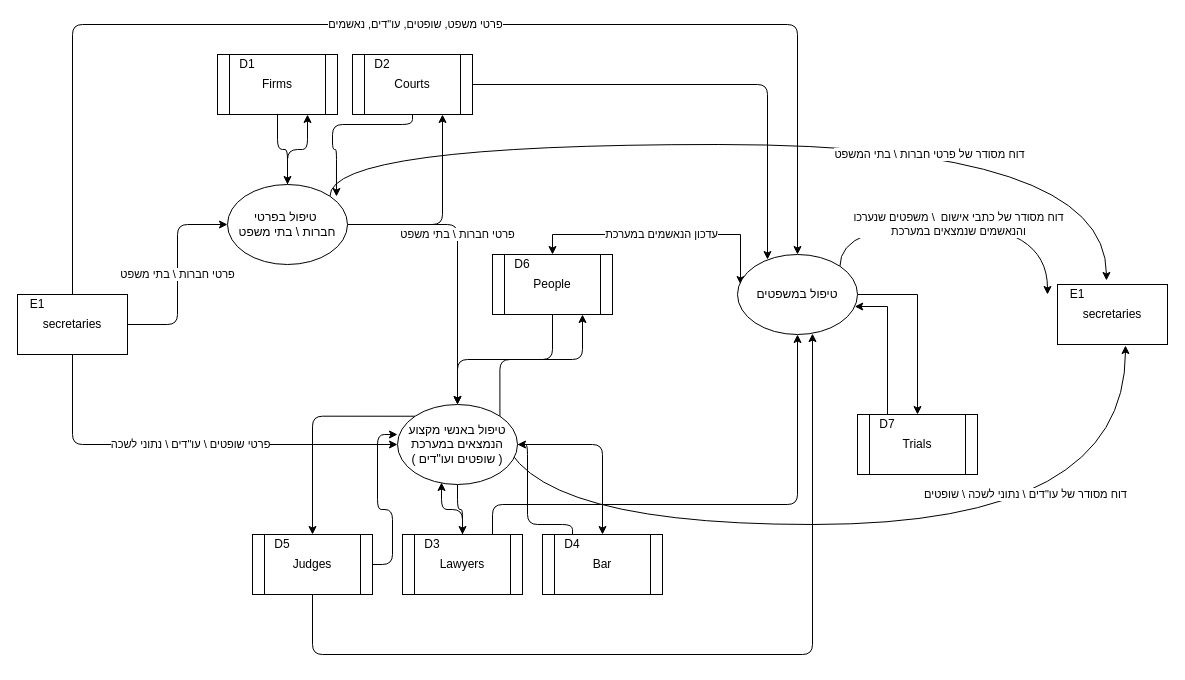
romhayh/law-and-order keeps this draw.io diagram as DFD0.drawio. Above is the earlier version. Source tidied: cells renumbered, new cells numbered last; positions are measured from the earlier drawing's top-left corner, leaving out a move shared by most shapes. Both pictures are drawn from the tidied source at 100%, with x=0, y=0 at pixel (17, 24).
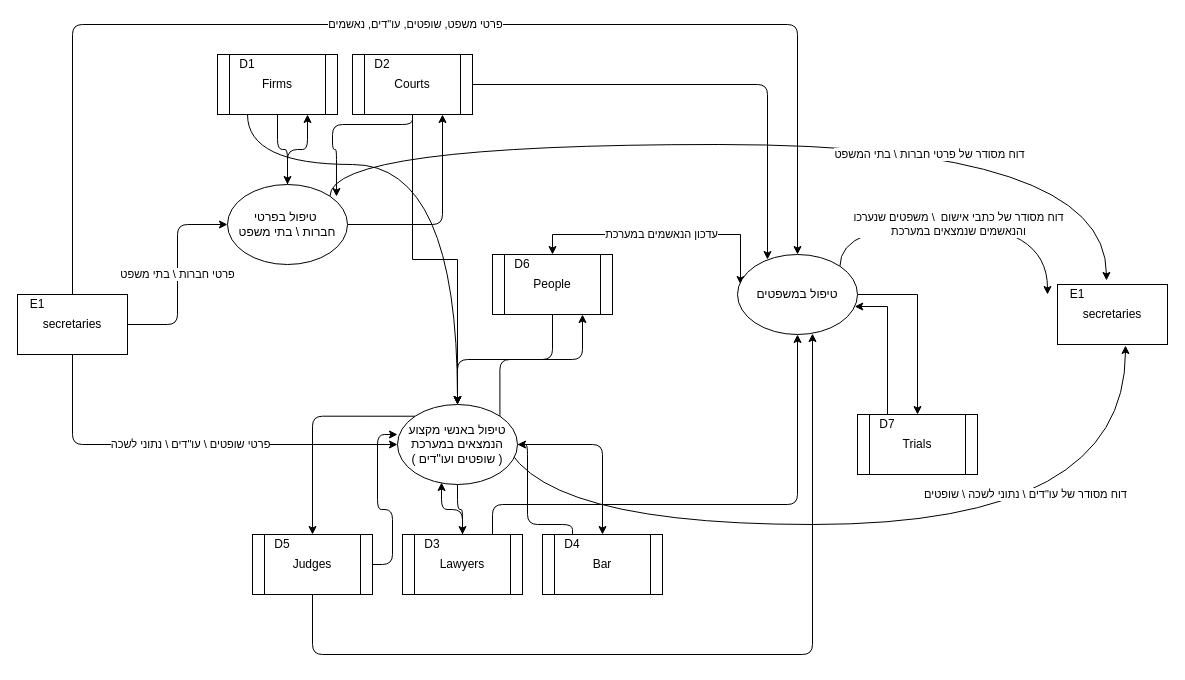
After the change.

The change refers to these unchanged cells:
```xml
<mxCell id="10" value="Firms" style="shape=process;whiteSpace=wrap;html=1;backgroundOutline=1;" parent="1" vertex="1">
  <mxGeometry x="200" y="30" width="120" height="60" as="geometry" />
</mxCell>
<mxCell id="14" value="Courts" style="shape=process;whiteSpace=wrap;html=1;backgroundOutline=1;" parent="1" vertex="1">
  <mxGeometry x="335" y="30" width="120" height="60" as="geometry" />
</mxCell>
<mxCell id="38" value="טיפול בפרטי&amp;nbsp;&lt;br&gt;חברות \ בתי משפט" style="ellipse;whiteSpace=wrap;html=1;" parent="1" vertex="1">
  <mxGeometry x="210" y="160" width="120" height="80" as="geometry" />
</mxCell>
<mxCell id="44" value="טיפול באנשי מקצוע הנמצאים במערכת&lt;br&gt;( שופטים ועו&quot;דים )" style="ellipse;whiteSpace=wrap;html=1;rounded=0;sketch=0;" parent="1" vertex="1">
  <mxGeometry x="380" y="380" width="120" height="80" as="geometry" />
</mxCell>
```

The edit, as a diff of the source:
```diff
@@
+    <mxCell id="48" style="edgeStyle=orthogonalEdgeStyle;rounded=0;jettySize=auto;html=1;exitX=0.25;exitY=1;exitDx=0;exitDy=0;curved=1;" parent="1" edge="1" source="10">
+      <mxGeometry relative="1" as="geometry">
+        <mxPoint x="440" y="380" as="targetPoint" />
+        <Array as="points">
+          <mxPoint x="230" y="140" />
+          <mxPoint x="440" y="140" />
+        </Array>
+      </mxGeometry>
+    </mxCell>
@@
+    <mxCell id="49" style="edgeStyle=orthogonalEdgeStyle;rounded=0;jettySize=auto;html=1;entryX=0.5;entryY=0;entryDx=0;entryDy=0;" parent="1" edge="1" source="14" target="44">
+      <mxGeometry relative="1" as="geometry" />
+    </mxCell>
@@
-    <mxCell id="36" value="פרטי חברות \ בתי משפט" style="edgeStyle=orthogonalEdgeStyle;rounded=1;sketch=0;jettySize=auto;html=1;entryX=0.5;entryY=0;entryDx=0;entryDy=0;" parent="1" edge="1" source="38" target="44">
-      <mxGeometry x="-0.17" relative="1" as="geometry" />
-    </mxCell>
```
